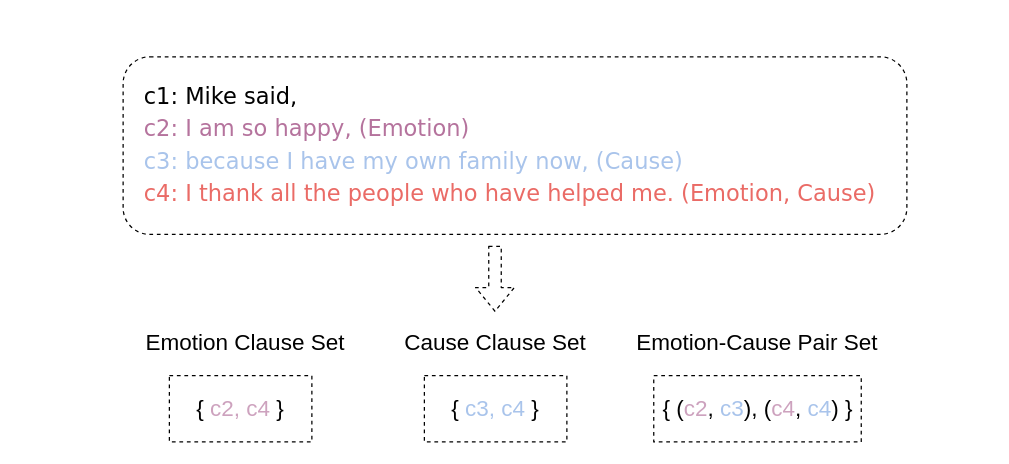
Before: doc_example.drawio in zhoucz97/paper_figure, a draw.io diagram. Source tidied: cells renumbered, new cells numbered last; positions are measured from the earlier drawing's top-left corner, leaving out a move shared by most shapes. Both pictures are drawn from the tidied source at 125%, with x=0, y=0 at pixel (122, 56).
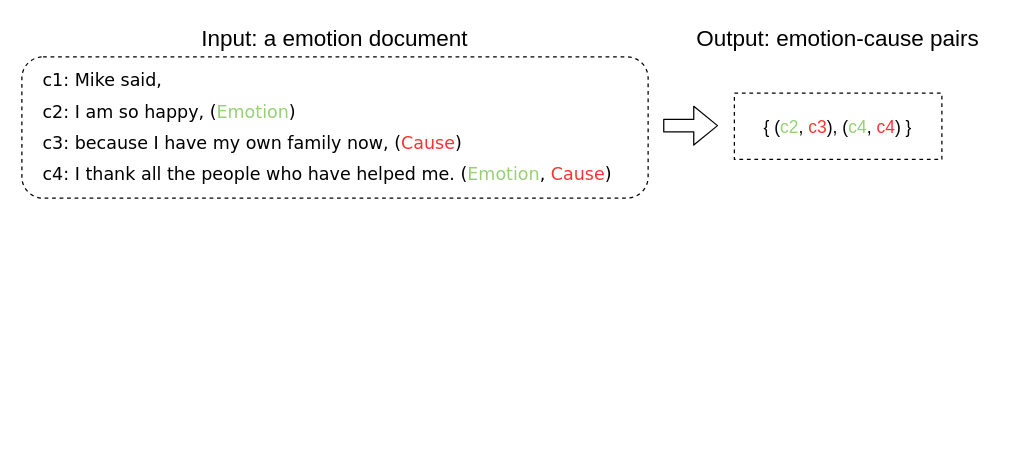
The same page after the edit.

The edit, as a diff of the source:
```diff
@@
 <mxGraphModel>
   <root>
     <mxCell id="0" />
     <mxCell id="1" parent="0" />
     <mxCell id="2" style="rounded=1;whiteSpace=wrap;html=1;dashed=1;strokeWidth=1;perimeterSpacing=1;" parent="1" vertex="1">
-      <mxGeometry width="627" height="142" as="geometry" />
+      <mxGeometry x="-81" width="501" height="113" as="geometry" />
     </mxCell>
-    <mxCell id="3" value="&lt;p&gt;&lt;font face=&quot;Verdana&quot; style=&quot;line-height: 200%&quot;&gt;&lt;font style=&quot;font-size: 18px&quot;&gt;c1: Mike said,&lt;br&gt;&lt;/font&gt;&lt;font style=&quot;font-size: 18px&quot;&gt;&lt;font color=&quot;#b5739d&quot;&gt;c2: I am so happy, (Emotion)&lt;/font&gt;&lt;br&gt;&lt;/font&gt;&lt;font style=&quot;font-size: 18px&quot;&gt;&lt;font color=&quot;#a9c4eb&quot;&gt;c3: because I have my own family now, (Cause)&lt;/font&gt;&lt;br&gt;&lt;/font&gt;&lt;font style=&quot;font-size: 18px&quot;&gt;&lt;font color=&quot;#ea6b66&quot;&gt;c4: I thank all the people who have helped me. (Emotion, Cause)&lt;/font&gt;&lt;/font&gt;&lt;br&gt;&lt;/font&gt;&lt;/p&gt;" style="text;html=1;strokeColor=none;fillColor=none;align=left;verticalAlign=middle;whiteSpace=wrap;rounded=0;strokeWidth=9;perimeterSpacing=1;" parent="1" vertex="1">
-      <mxGeometry x="15" y="3" width="609.5" height="136" as="geometry" />
+    <mxCell id="3" value="&lt;p&gt;&lt;font face=&quot;Verdana&quot; style=&quot;line-height: 200%&quot;&gt;&lt;font style=&quot;font-size: 14px&quot;&gt;&lt;font&gt;c1: Mike said,&lt;br&gt;&lt;/font&gt;&lt;font&gt;c2: I am so happy, (&lt;font color=&quot;#97d077&quot;&gt;Emotion&lt;/font&gt;)&lt;br&gt;&lt;/font&gt;&lt;font&gt;c3: because I have my own family now, (&lt;font color=&quot;#ff3333&quot;&gt;Cause&lt;/font&gt;)&lt;br&gt;&lt;/font&gt;&lt;font&gt;c4: I thank all the people who have helped me. (&lt;font color=&quot;#97d077&quot;&gt;Emotion&lt;/font&gt;,&lt;font color=&quot;#ea6b66&quot;&gt; &lt;/font&gt;&lt;font color=&quot;#ff3333&quot;&gt;Cause&lt;/font&gt;)&lt;/font&gt;&lt;/font&gt;&lt;br&gt;&lt;/font&gt;&lt;/p&gt;" style="text;html=1;strokeColor=none;fillColor=none;align=left;verticalAlign=middle;whiteSpace=wrap;rounded=0;strokeWidth=9;perimeterSpacing=1;" parent="1" vertex="1">
+      <mxGeometry x="-66" y="3" width="488" height="105" as="geometry" />
     </mxCell>
-    <mxCell id="4" value="&lt;font style=&quot;font-size: 18px&quot;&gt;{&amp;nbsp;&lt;/font&gt;&lt;font style=&quot;font-size: 18px&quot; color=&quot;#cda2be&quot;&gt;c2, c4&amp;nbsp;&lt;/font&gt;&lt;font style=&quot;font-size: 18px&quot;&gt;}&lt;/font&gt;" style="rounded=0;whiteSpace=wrap;html=1;dashed=1;strokeWidth=1;" parent="1" vertex="1">
-      <mxGeometry x="37" y="255" width="114" height="53" as="geometry" />
-    </mxCell>
-    <mxCell id="5" value="&lt;font style=&quot;font-size: 18px&quot;&gt;Emotion Clause Set&lt;/font&gt;" style="text;html=1;strokeColor=none;fillColor=none;align=center;verticalAlign=middle;whiteSpace=wrap;rounded=0;dashed=1;" parent="1" vertex="1">
-      <mxGeometry x="13" y="215" width="170" height="28" as="geometry" />
+    <mxCell id="5" value="&lt;font style=&quot;font-size: 18px&quot;&gt;Input: a emotion document&lt;/font&gt;" style="text;html=1;strokeColor=none;fillColor=none;align=center;verticalAlign=middle;whiteSpace=wrap;rounded=0;dashed=1;" parent="1" vertex="1">
+      <mxGeometry x="48" y="-28" width="243" height="28" as="geometry" />
     </mxCell>
-    <mxCell id="6" value="&lt;font style=&quot;font-size: 18px&quot;&gt;Cause Clause Set&lt;/font&gt;" style="text;html=1;strokeColor=none;fillColor=none;align=center;verticalAlign=middle;whiteSpace=wrap;rounded=0;dashed=1;" parent="1" vertex="1">
-      <mxGeometry x="213" y="215" width="170" height="28" as="geometry" />
+    <mxCell id="6" value="&lt;font style=&quot;font-size: 18px&quot;&gt;Output: emotion-cause pairs&lt;/font&gt;" style="text;html=1;strokeColor=none;fillColor=none;align=center;verticalAlign=middle;whiteSpace=wrap;rounded=0;dashed=1;" parent="1" vertex="1">
+      <mxGeometry x="453" y="-28" width="238" height="28" as="geometry" />
     </mxCell>
-    <mxCell id="7" value="&lt;font style=&quot;font-size: 18px&quot;&gt;Emotion-Cause Pair Set&lt;/font&gt;" style="text;html=1;strokeColor=none;fillColor=none;align=center;verticalAlign=middle;whiteSpace=wrap;rounded=0;dashed=1;" parent="1" vertex="1">
-      <mxGeometry x="393" y="215" width="229" height="28" as="geometry" />
-    </mxCell>
-    <mxCell id="8" value="&lt;font style=&quot;font-size: 18px&quot;&gt;{&amp;nbsp;&lt;/font&gt;&lt;font style=&quot;font-size: 18px&quot; color=&quot;#a9c4eb&quot;&gt;c3, c4&amp;nbsp;&lt;/font&gt;&lt;font style=&quot;font-size: 18px&quot;&gt;}&lt;/font&gt;" style="rounded=0;whiteSpace=wrap;html=1;dashed=1;strokeWidth=1;" parent="1" vertex="1">
-      <mxGeometry x="241" y="255" width="114" height="53" as="geometry" />
-    </mxCell>
-    <mxCell id="9" value="&lt;font style=&quot;font-size: 18px&quot;&gt;{ (&lt;font color=&quot;#cda2be&quot;&gt;c2&lt;/font&gt;, &lt;font color=&quot;#a9c4eb&quot;&gt;c3&lt;/font&gt;), (&lt;font color=&quot;#cda2be&quot;&gt;c4&lt;/font&gt;, &lt;font color=&quot;#a9c4eb&quot;&gt;c4&lt;/font&gt;) }&lt;/font&gt;" style="rounded=0;whiteSpace=wrap;html=1;dashed=1;strokeWidth=1;" parent="1" vertex="1">
-      <mxGeometry x="424.5" y="255" width="166" height="53" as="geometry" />
+    <mxCell id="9" value="&lt;font style=&quot;font-size: 14px&quot;&gt;{ (&lt;font color=&quot;#97d077&quot;&gt;c2&lt;/font&gt;, &lt;font color=&quot;#ff3333&quot;&gt;c3&lt;/font&gt;), (&lt;font color=&quot;#97d077&quot;&gt;c4&lt;/font&gt;, &lt;font color=&quot;#ff3333&quot;&gt;c4&lt;/font&gt;) }&lt;/font&gt;" style="rounded=0;whiteSpace=wrap;html=1;dashed=1;strokeWidth=1;" parent="1" vertex="1">
+      <mxGeometry x="489" y="29" width="166" height="53" as="geometry" />
     </mxCell>
-    <mxCell id="10" style="endArrow=classic;html=1;shape=flexArrow;dashed=1;" parent="1" edge="1">
+    <mxCell id="10" style="endArrow=classic;html=1;shape=flexArrow;" parent="1" edge="1">
       <mxGeometry relative="1" as="geometry">
-        <mxPoint x="297.5" y="151" as="sourcePoint" />
-        <mxPoint x="297.5" y="204" as="targetPoint" />
+        <mxPoint x="432" y="55" as="sourcePoint" />
+        <mxPoint x="476" y="55" as="targetPoint" />
       </mxGeometry>
     </mxCell>
   </root>
 </mxGraphModel>
```
